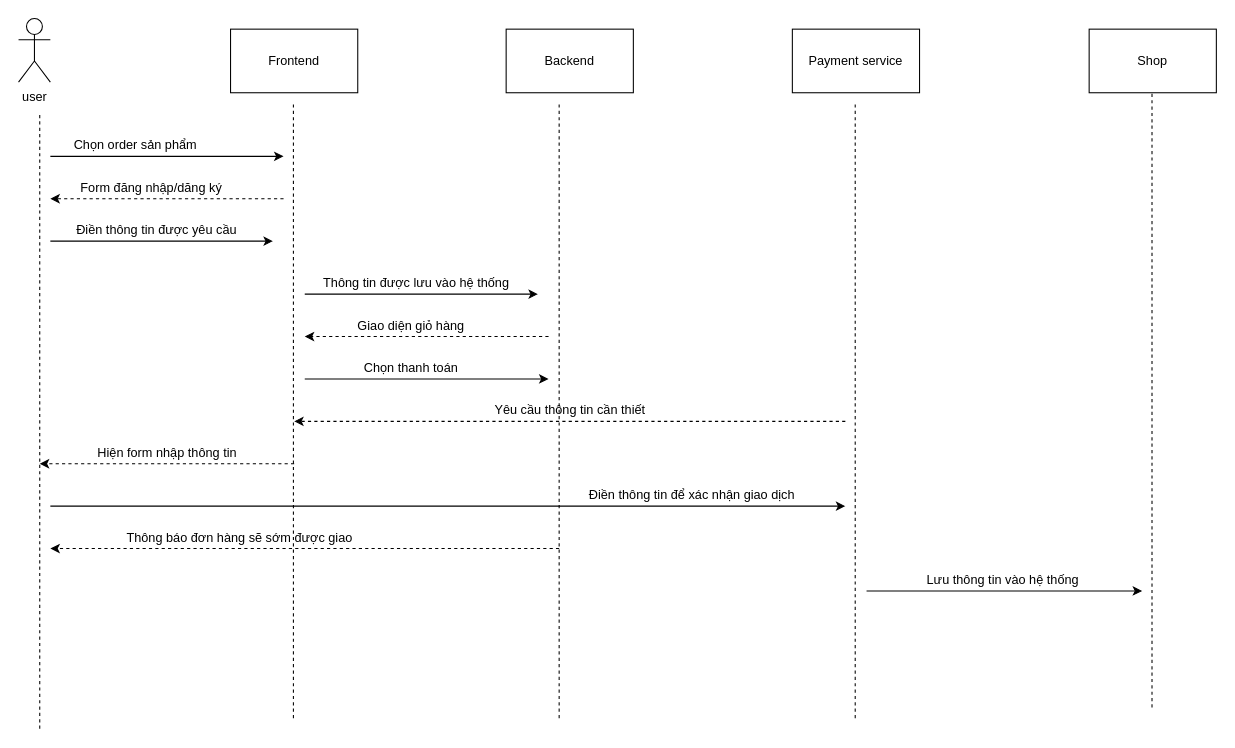
nguyentanthanh100204/Food-deliver keeps this draw.io diagram as Workflow.drawio. Above is the earlier version. Source tidied: cells renumbered, new cells numbered last; positions are measured from the earlier drawing's top-left corner, leaving out a move shared by most shapes. Both pictures are drawn from the tidied source at 106%, with x=0, y=0 at pixel (18, 18).
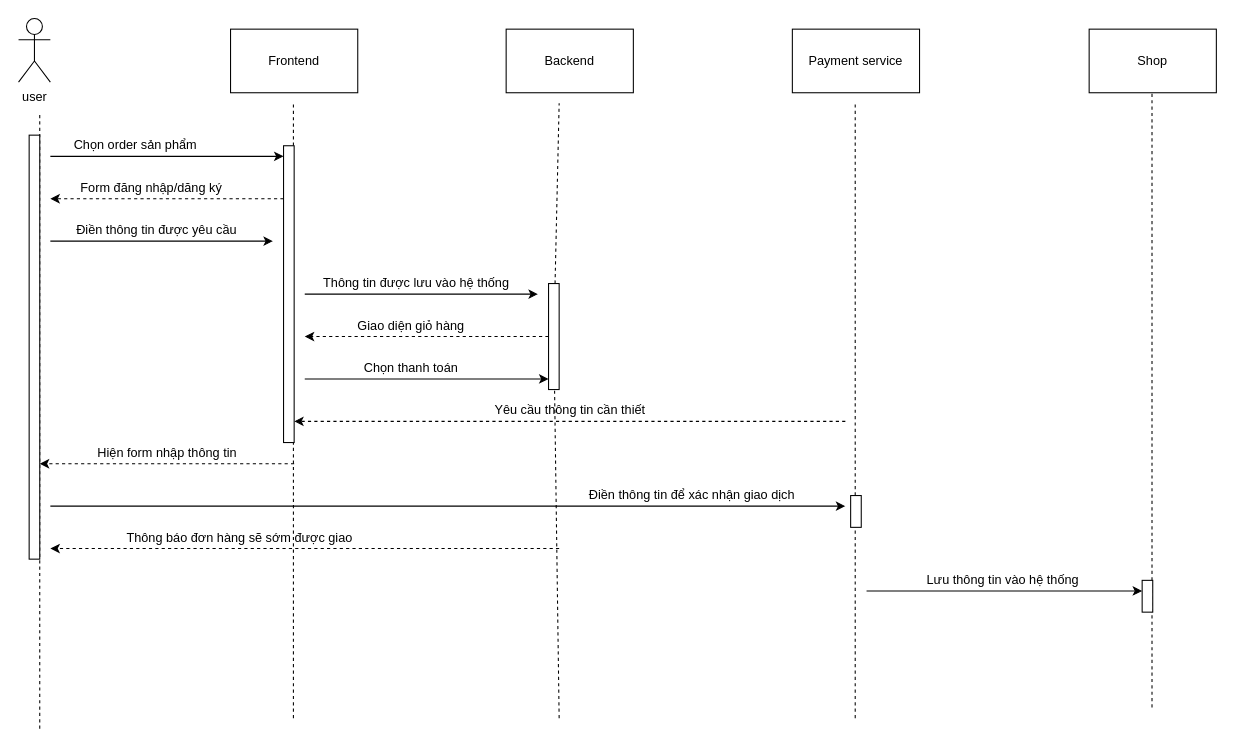
After the change.

Change to the diagram source:
```diff
@@
-    <mxCell id="7" style="endArrow=none;dashed=1;html=1;rounded=0;" parent="1" edge="1">
+    <mxCell id="7" style="endArrow=none;dashed=1;html=1;rounded=0;startArrow=none;" parent="1" edge="1" source="36">
       <mxGeometry relative="1" as="geometry">
-        <mxPoint x="510" y="660" as="sourcePoint" />
         <mxPoint x="510" y="80" as="targetPoint" />
       </mxGeometry>
     </mxCell>
@@
+    <mxCell id="34" style="rounded=0;whiteSpace=wrap;html=1;" parent="1" vertex="1">
+      <mxGeometry x="10" y="110" width="10" height="400" as="geometry" />
+    </mxCell>
+    <mxCell id="35" style="rounded=0;whiteSpace=wrap;html=1;" parent="1" vertex="1">
+      <mxGeometry x="250" y="120" width="10" height="280" as="geometry" />
+    </mxCell>
+    <mxCell id="36" style="rounded=0;whiteSpace=wrap;html=1;" parent="1" vertex="1">
+      <mxGeometry x="500" y="250" width="10" height="100" as="geometry" />
+    </mxCell>
+    <mxCell id="37" style="endArrow=none;dashed=1;html=1;rounded=0;" parent="1" edge="1" target="36">
+      <mxGeometry relative="1" as="geometry">
+        <mxPoint x="510" y="660" as="sourcePoint" />
+      </mxGeometry>
+    </mxCell>
+    <mxCell id="38" style="rounded=0;whiteSpace=wrap;html=1;" parent="1" vertex="1">
+      <mxGeometry x="785" y="450" width="10" height="30" as="geometry" />
+    </mxCell>
+    <mxCell id="39" style="rounded=0;whiteSpace=wrap;html=1;" parent="1" vertex="1">
+      <mxGeometry x="1060" y="530" width="10" height="30" as="geometry" />
+    </mxCell>
```
